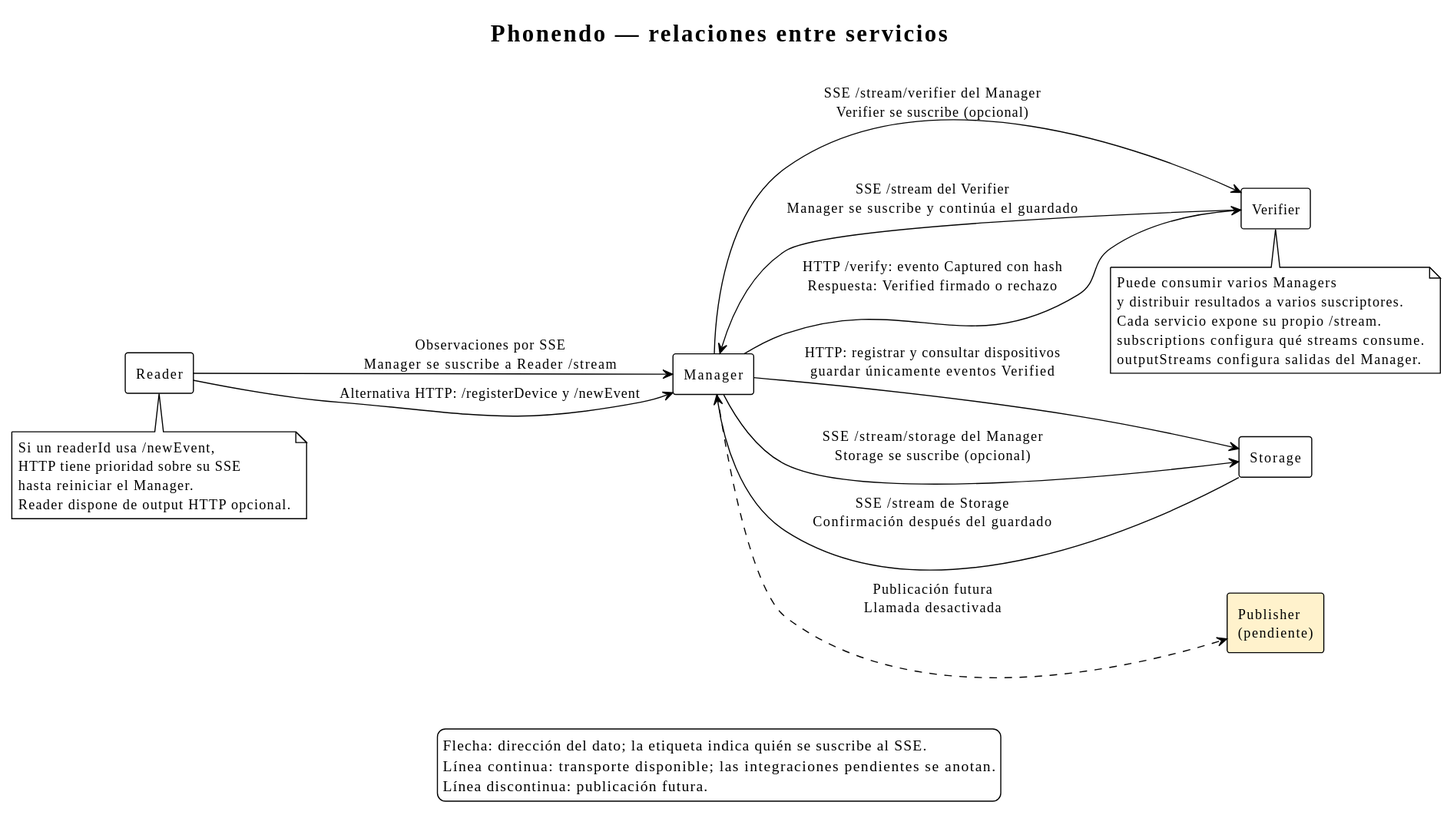
ParriCode/phonedo keeps this PlantUML diagram as docs/phonendo.svg. Above is the earlier version.
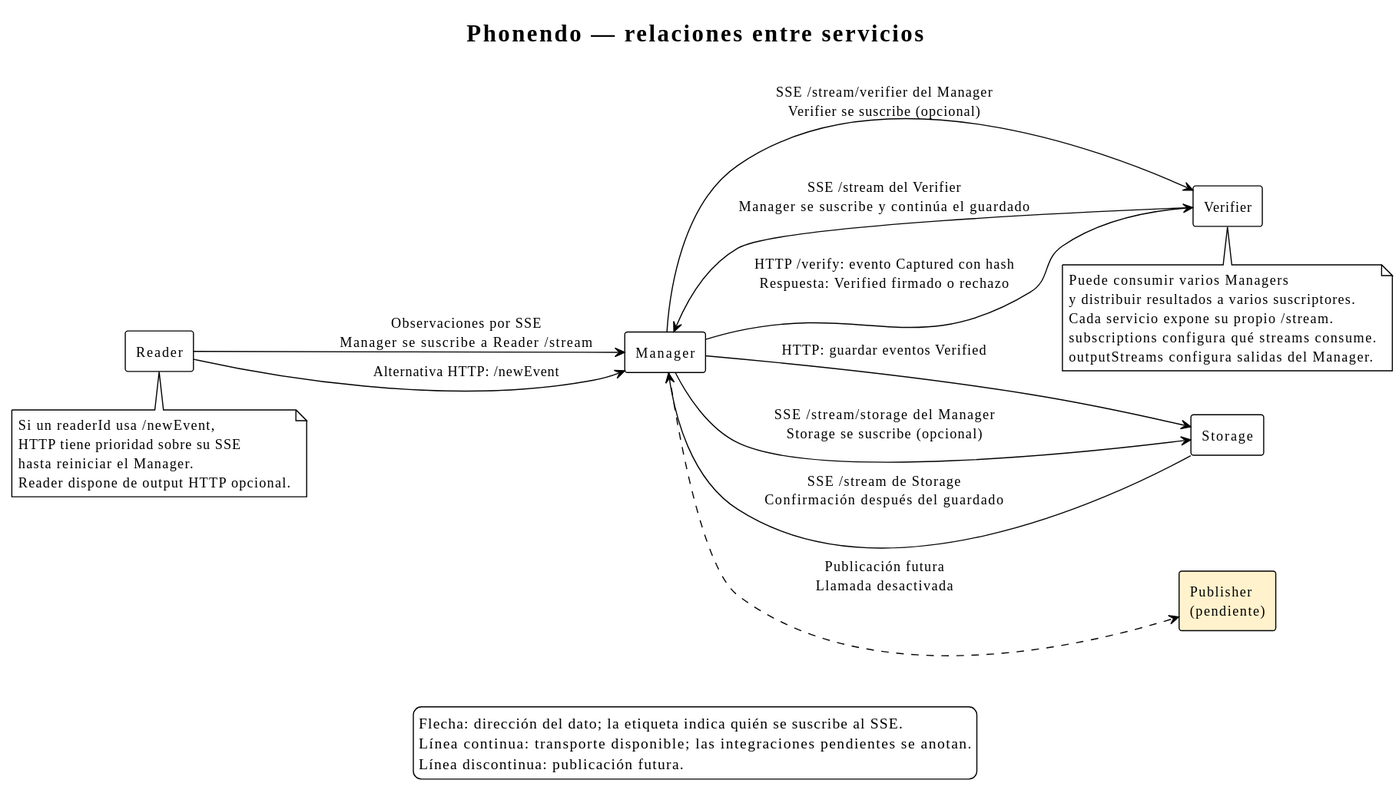
The same file after the commit.

The edit, as a diff of the source:
```diff
@@ -13,11 +13,11 @@
 component "Publisher\n(pendiente)" as P #FFF2CC
 
 R --> M : Observaciones por SSE\nManager se suscribe a Reader /stream
-R --> M : Alternativa HTTP: /registerDevice y /newEvent
+R --> M : Alternativa HTTP: /newEvent
 M --> V : HTTP /verify: evento Captured con hash\nRespuesta: Verified firmado o rechazo
 M --> V : SSE /stream/verifier del Manager\nVerifier se suscribe (opcional)
 V --> M : SSE /stream del Verifier\nManager se suscribe y continúa el guardado
-M --> S : HTTP: registrar y consultar dispositivos\nguardar únicamente eventos Verified
+M --> S : HTTP: guardar eventos Verified
 M --> S : SSE /stream/storage del Manager\nStorage se suscribe (opcional)
 S --> M : SSE /stream de Storage\nConfirmación después del guardado
 M ..> P : Publicación futura\nLlamada desactivada
```
